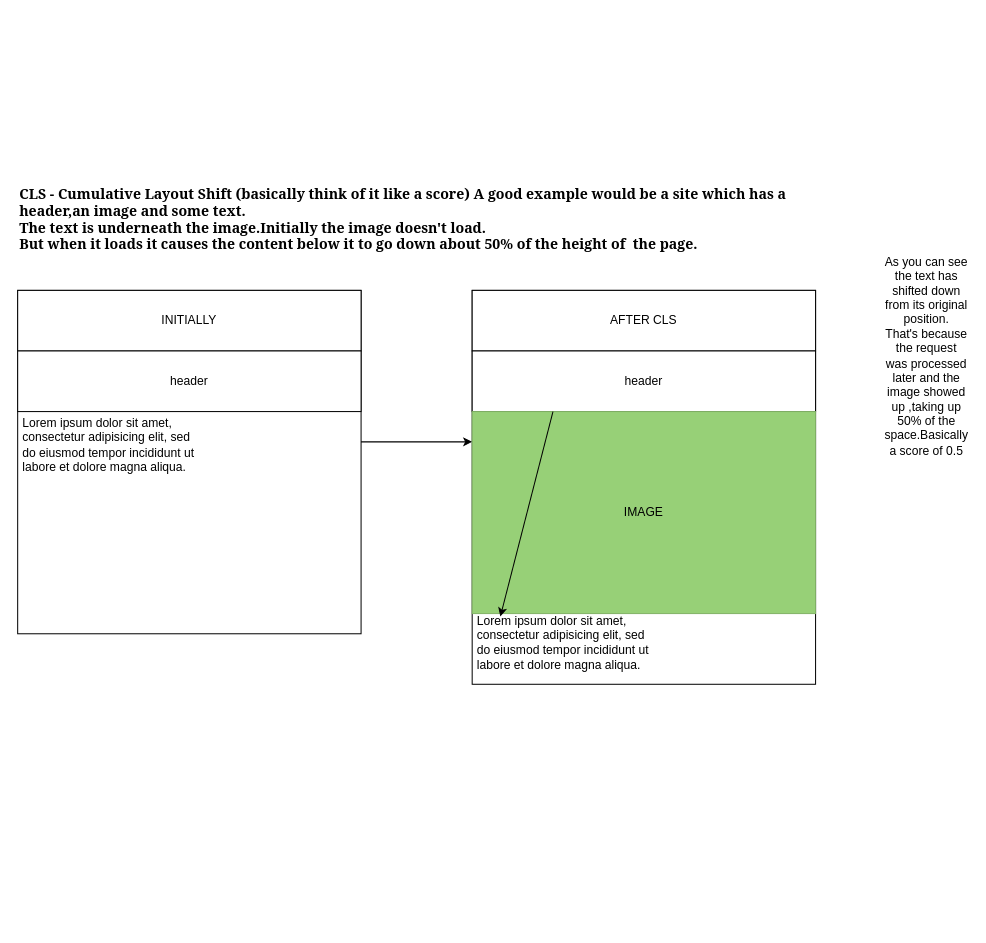
Above: CLS_Fonts.drawio in Mxk01/qr-code-generator (draw.io), before the change. Source tidied: cells renumbered, new cells numbered last; positions are measured from the earlier drawing's top-left corner, leaving out a move shared by most shapes. Both pictures are drawn from the tidied source at 101%, with x=0, y=0 at pixel (17, 17).
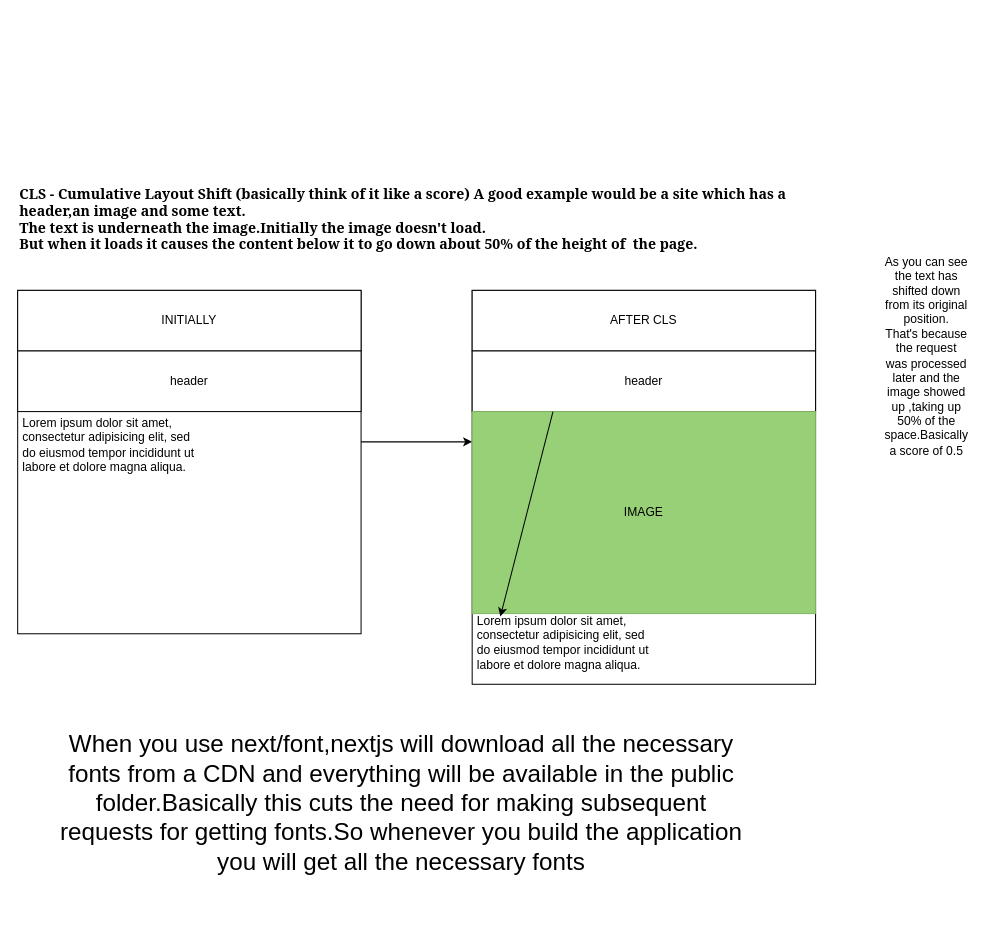
The same diagram, later.

What changed in the source:
```diff
@@
 <mxGraphModel>
   <root>
     <mxCell id="0" />
     <mxCell id="1" parent="0" />
     <mxCell id="2" value="&lt;div align=&quot;left&quot;&gt;&lt;font face=&quot;Georgia&quot;&gt;&lt;b&gt;&lt;font style=&quot;font-size: 14px;&quot;&gt;CLS - Cumulative Layout Shift (basically think of it like a score) A good example would be a site which has a header,an image and some text.&lt;/font&gt;&lt;/b&gt;&lt;br&gt;&lt;b&gt;&lt;font style=&quot;font-size: 14px;&quot;&gt;The text is underneath the image.Initially the image doesn't load.&lt;/font&gt;&lt;/b&gt;&lt;br&gt;&lt;b&gt;&lt;font style=&quot;font-size: 14px;&quot;&gt;But when it loads it causes the content below it to go down about 50% of the height of&amp;nbsp; the page.&lt;/font&gt;&lt;/b&gt;&lt;/font&gt;&lt;/div&gt;" style="text;html=1;strokeColor=none;fillColor=none;align=left;verticalAlign=middle;whiteSpace=wrap;rounded=0;" parent="1" vertex="1">
       <mxGeometry width="830" height="400" as="geometry" />
     </mxCell>
     <mxCell id="3" style="rounded=0;whiteSpace=wrap;html=1;" parent="1" vertex="1">
       <mxGeometry y="270" width="340" height="340" as="geometry" />
     </mxCell>
     <mxCell id="4" style="endArrow=classic;html=1;rounded=0;" parent="1" edge="1">
       <mxGeometry relative="1" as="geometry">
         <mxPoint x="340" y="420" as="sourcePoint" />
         <mxPoint x="450" y="420" as="targetPoint" />
       </mxGeometry>
     </mxCell>
     <mxCell id="5" style="rounded=0;whiteSpace=wrap;html=1;" parent="1" vertex="1">
       <mxGeometry x="450" y="270" width="340" height="390" as="geometry" />
     </mxCell>
     <mxCell id="6" value="INITIALLY" style="rounded=0;whiteSpace=wrap;html=1;" parent="1" vertex="1">
       <mxGeometry y="270" width="340" height="60" as="geometry" />
     </mxCell>
     <mxCell id="7" value="AFTER CLS" style="rounded=0;whiteSpace=wrap;html=1;" parent="1" vertex="1">
       <mxGeometry x="450" y="270" width="340" height="60" as="geometry" />
     </mxCell>
     <mxCell id="8" value="&lt;h1&gt;&lt;br&gt;&lt;/h1&gt;&lt;p&gt;Lorem ipsum dolor sit amet, consectetur adipisicing elit, sed do eiusmod tempor incididunt ut labore et dolore magna aliqua.&lt;/p&gt;" style="text;html=1;strokeColor=none;fillColor=none;spacing=5;spacingTop=-20;whiteSpace=wrap;overflow=hidden;rounded=0;" parent="1" vertex="1">
       <mxGeometry y="344" width="190" height="120" as="geometry" />
     </mxCell>
     <mxCell id="9" value="header" style="rounded=0;whiteSpace=wrap;html=1;" parent="1" vertex="1">
       <mxGeometry y="330" width="340" height="60" as="geometry" />
     </mxCell>
     <mxCell id="10" value="header" style="rounded=0;whiteSpace=wrap;html=1;" parent="1" vertex="1">
       <mxGeometry x="450" y="330" width="340" height="60" as="geometry" />
     </mxCell>
     <mxCell id="11" value="&lt;h1&gt;&lt;br&gt;&lt;/h1&gt;&lt;p&gt;Lorem ipsum dolor sit amet, consectetur adipisicing elit, sed do eiusmod tempor incididunt ut labore et dolore magna aliqua.&lt;/p&gt;" style="text;html=1;strokeColor=none;fillColor=none;spacing=5;spacingTop=-20;whiteSpace=wrap;overflow=hidden;rounded=0;" parent="1" vertex="1">
       <mxGeometry x="450" y="540" width="190" height="120" as="geometry" />
     </mxCell>
     <mxCell id="12" value="IMAGE" style="rounded=0;whiteSpace=wrap;html=1;fillColor=#97D077;strokeColor=#82b366;" parent="1" vertex="1">
       <mxGeometry x="450" y="390" width="340" height="200" as="geometry" />
     </mxCell>
     <mxCell id="13" style="endArrow=classic;html=1;rounded=0;entryX=0.082;entryY=1.015;entryDx=0;entryDy=0;entryPerimeter=0;" parent="1" edge="1" target="12">
       <mxGeometry relative="1" as="geometry">
         <mxPoint x="530" y="390" as="sourcePoint" />
       </mxGeometry>
     </mxCell>
     <mxCell id="14" value="&lt;div&gt;As you can see the text has shifted down from its original position.&lt;/div&gt;&lt;div&gt;That's because the request was processed later and the image showed up ,taking up 50% of the space.Basically a score of 0.5&lt;br&gt;&lt;/div&gt;" style="text;html=1;strokeColor=none;fillColor=none;align=center;verticalAlign=middle;whiteSpace=wrap;rounded=0;" parent="1" vertex="1">
       <mxGeometry x="870" y="320" width="60" height="30" as="geometry" />
     </mxCell>
+    <mxCell id="15" value="&lt;div style=&quot;font-size: 24px;&quot;&gt;When you use next/font,nextjs will download all the necessary fonts from a CDN and everything will be available in the public folder.Basically this cuts the need for making subsequent requests for getting fonts.So whenever you build the application you will get all the necessary fonts&lt;/div&gt;&lt;div&gt;&lt;br&gt;&lt;/div&gt;" style="text;html=1;strokeColor=none;fillColor=none;align=center;verticalAlign=middle;whiteSpace=wrap;rounded=0;" parent="1" vertex="1">
+      <mxGeometry x="30" y="670" width="700" height="230" as="geometry" />
+    </mxCell>
   </root>
 </mxGraphModel>
```
